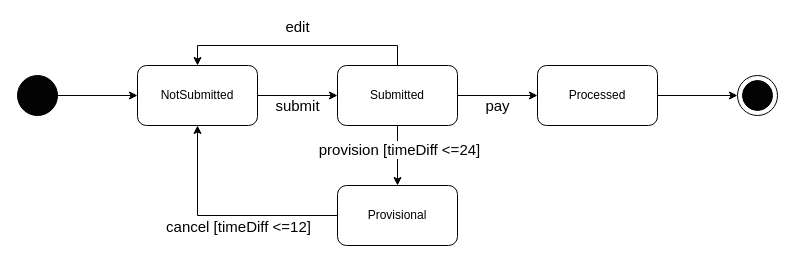
Before: STD Cinema.drawio in L-Mustang/cinema, a draw.io diagram. Source tidied: cells renumbered, new cells numbered last; positions are measured from the earlier drawing's top-left corner, leaving out a move shared by most shapes. Both pictures are drawn from the tidied source at 100%, with x=0, y=0 at pixel (17, 45).
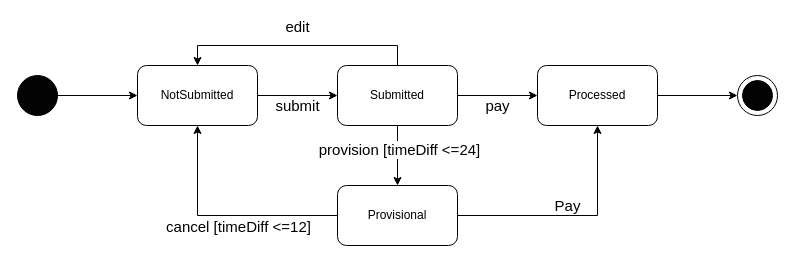
After the change.

Unchanged cells that the change refers to:
```xml
<mxCell id="13" value="Processed" style="rounded=1;whiteSpace=wrap;html=1;fillColor=#FFFFFF;" parent="1" vertex="1">
  <mxGeometry x="520" y="20" width="120" height="60" as="geometry" />
</mxCell>
<mxCell id="16" value="Provisional" style="rounded=1;whiteSpace=wrap;html=1;fillColor=#FFFFFF;" parent="1" vertex="1">
  <mxGeometry x="320" y="140" width="120" height="60" as="geometry" />
</mxCell>
```

What changed in the source:
```diff
@@
+    <mxCell id="19" value="&lt;font style=&quot;font-size: 15px&quot;&gt;Pay&lt;/font&gt;" style="edgeStyle=orthogonalEdgeStyle;rounded=0;jettySize=auto;html=1;entryX=0.5;entryY=1;entryDx=0;entryDy=0;" parent="1" edge="1" source="16" target="13">
+      <mxGeometry x="-0.04" y="10" relative="1" as="geometry" />
+    </mxCell>
```
